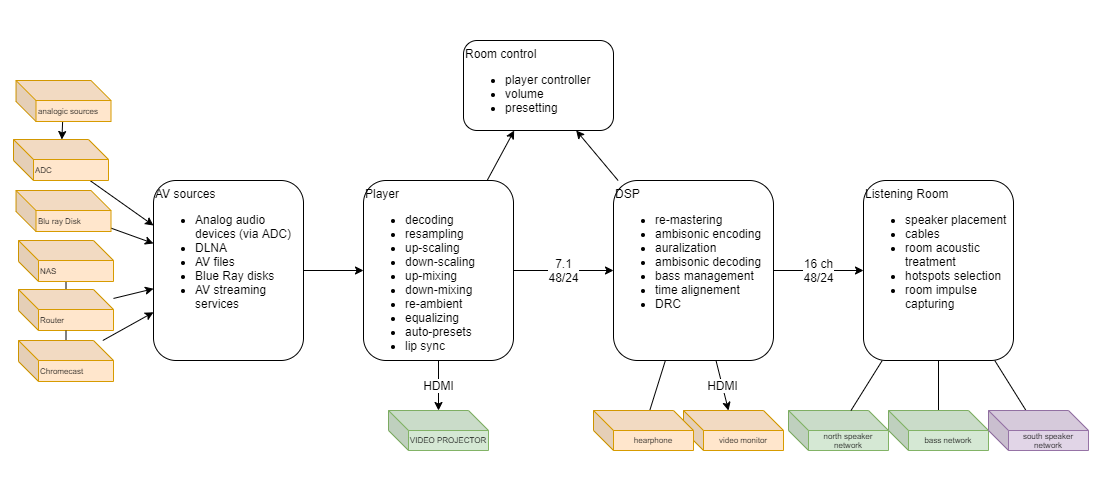
Earlier version of the draw.io export images/functional-view.png (ecow/liroma). Source tidied: cells renumbered, new cells last; positions are measured from the earlier drawing's top-left corner, leaving out a move shared by most shapes. Source of this version:
```xml
<mxGraphModel>
  <root>
    <mxCell id="0" />
    <mxCell id="1" parent="0" />
    <mxCell id="2" style="rounded=0;whiteSpace=wrap;html=1;strokeColor=none;" parent="1" vertex="1">
      <mxGeometry x="-0.5" width="1112.5" height="480" as="geometry" />
    </mxCell>
    <mxCell id="3" value="north speaker network" style="shape=cube;whiteSpace=wrap;html=1;boundedLbl=1;backgroundOutline=1;darkOpacity=0.05;darkOpacity2=0.1;fontSize=8;verticalAlign=middle;fillColor=#d5e8d4;strokeColor=#82b366;" parent="1" vertex="1">
      <mxGeometry x="787" y="410" width="100" height="40" as="geometry" />
    </mxCell>
    <mxCell id="4" value="7.1&lt;br&gt;48/24" style="edgeStyle=none;rounded=0;sketch=0;jettySize=auto;html=1;fontSize=12;startArrow=none;startFill=0;endArrow=classic;endFill=1;startSize=6;endSize=6;strokeWidth=1;" parent="1" edge="1" source="7" target="12">
      <mxGeometry relative="1" as="geometry" />
    </mxCell>
    <mxCell id="5" value="HDMI" style="edgeStyle=none;rounded=0;sketch=0;jettySize=auto;html=1;fontSize=12;startArrow=none;startFill=0;endArrow=classic;endFill=1;startSize=6;endSize=6;strokeWidth=1;" parent="1" edge="1" source="7" target="16">
      <mxGeometry relative="1" as="geometry" />
    </mxCell>
    <mxCell id="6" style="edgeStyle=none;rounded=0;sketch=0;jettySize=auto;html=1;fontSize=12;startArrow=none;startFill=0;endArrow=classic;endFill=1;startSize=6;endSize=6;strokeColor=#000000;strokeWidth=1;" parent="1" edge="1" source="7" target="13">
      <mxGeometry relative="1" as="geometry" />
    </mxCell>
    <mxCell id="7" value="Player&lt;br&gt;&lt;ul&gt;&lt;li&gt;decoding&lt;/li&gt;&lt;li&gt;resampling&lt;/li&gt;&lt;li&gt;up-scaling&lt;/li&gt;&lt;li&gt;down-scaling&lt;/li&gt;&lt;li&gt;up-mixing&lt;/li&gt;&lt;li&gt;down-mixing&lt;/li&gt;&lt;li&gt;re-ambient&lt;/li&gt;&lt;li&gt;equalizing&lt;/li&gt;&lt;li&gt;auto-presets&lt;/li&gt;&lt;li&gt;lip sync&lt;/li&gt;&lt;/ul&gt;" style="rounded=1;whiteSpace=wrap;html=1;sketch=0;fontSize=12;align=left;verticalAlign=top;" parent="1" vertex="1">
      <mxGeometry x="362" y="180" width="150" height="180" as="geometry" />
    </mxCell>
    <mxCell id="8" value="16 ch&lt;br&gt;48/24" style="edgeStyle=none;rounded=0;sketch=0;jettySize=auto;html=1;fontSize=12;startArrow=none;startFill=0;endArrow=classic;endFill=1;startSize=6;endSize=6;strokeWidth=1;" parent="1" edge="1" source="12" target="30">
      <mxGeometry relative="1" as="geometry" />
    </mxCell>
    <mxCell id="9" style="edgeStyle=none;rounded=0;sketch=0;jettySize=auto;html=1;fontSize=12;startArrow=none;startFill=0;endArrow=classic;endFill=1;startSize=6;endSize=6;strokeColor=#000000;strokeWidth=1;" parent="1" edge="1" source="12" target="13">
      <mxGeometry relative="1" as="geometry" />
    </mxCell>
    <mxCell id="10" value="HDMI" style="edgeStyle=none;rounded=0;sketch=0;jettySize=auto;html=1;fontSize=12;startArrow=none;startFill=0;endArrow=classic;endFill=1;startSize=6;endSize=6;strokeColor=#000000;strokeWidth=1;" parent="1" edge="1" source="12" target="26">
      <mxGeometry relative="1" as="geometry" />
    </mxCell>
    <mxCell id="11" style="edgeStyle=none;rounded=0;sketch=0;jettySize=auto;html=1;fontSize=8;startArrow=none;startFill=0;endArrow=none;endFill=0;startSize=6;endSize=6;strokeColor=#000000;strokeWidth=1;" parent="1" edge="1" source="12" target="33">
      <mxGeometry relative="1" as="geometry" />
    </mxCell>
    <mxCell id="12" value="DSP&lt;br&gt;&lt;ul&gt;&lt;li&gt;re-mastering&lt;/li&gt;&lt;li&gt;ambisonic encoding&lt;/li&gt;&lt;li&gt;auralization&lt;/li&gt;&lt;li&gt;ambisonic decoding&lt;/li&gt;&lt;li&gt;bass management&lt;/li&gt;&lt;li&gt;time alignement&lt;/li&gt;&lt;li&gt;DRC&lt;/li&gt;&lt;/ul&gt;" style="rounded=1;whiteSpace=wrap;html=1;sketch=0;fontSize=12;align=left;verticalAlign=top;" parent="1" vertex="1">
      <mxGeometry x="612" y="180" width="160" height="180" as="geometry" />
    </mxCell>
    <mxCell id="13" value="Room control&lt;br&gt;&lt;ul&gt;&lt;li&gt;player controller&lt;/li&gt;&lt;li&gt;volume&lt;/li&gt;&lt;li&gt;presetting&lt;/li&gt;&lt;/ul&gt;" style="rounded=1;whiteSpace=wrap;html=1;sketch=0;fontSize=12;align=left;verticalAlign=top;" parent="1" vertex="1">
      <mxGeometry x="462" y="40" width="150" height="90" as="geometry" />
    </mxCell>
    <mxCell id="14" style="edgeStyle=none;rounded=0;sketch=0;jettySize=auto;html=1;fontSize=12;startArrow=none;startFill=0;endArrow=classic;endFill=1;startSize=6;endSize=6;strokeColor=#000000;strokeWidth=1;" parent="1" edge="1" source="15" target="7">
      <mxGeometry relative="1" as="geometry" />
    </mxCell>
    <mxCell id="15" value="AV sources&lt;br&gt;&lt;ul&gt;&lt;li&gt;Analog audio&amp;nbsp; devices (via ADC)&lt;/li&gt;&lt;li&gt;DLNA&lt;/li&gt;&lt;li&gt;AV files&lt;/li&gt;&lt;li&gt;Blue Ray disks&lt;/li&gt;&lt;li&gt;AV streaming services&lt;/li&gt;&lt;/ul&gt;" style="rounded=1;whiteSpace=wrap;html=1;sketch=0;fontSize=12;align=left;verticalAlign=top;" parent="1" vertex="1">
      <mxGeometry x="152" y="180" width="150" height="180" as="geometry" />
    </mxCell>
    <mxCell id="16" value="VIDEO PROJECTOR" style="shape=cube;whiteSpace=wrap;html=1;boundedLbl=1;backgroundOutline=1;darkOpacity=0.05;darkOpacity2=0.1;fontSize=8;verticalAlign=middle;fillColor=#d5e8d4;strokeColor=#82b366;" parent="1" vertex="1">
      <mxGeometry x="387" y="410" width="100" height="40" as="geometry" />
    </mxCell>
    <mxCell id="17" style="edgeStyle=none;rounded=0;sketch=0;jettySize=auto;html=1;fontSize=12;startArrow=none;startFill=0;endArrow=classic;endFill=1;startSize=6;endSize=6;strokeColor=#000000;strokeWidth=1;" parent="1" edge="1" source="18" target="15">
      <mxGeometry relative="1" as="geometry" />
    </mxCell>
    <mxCell id="18" value="Blu ray Disk" style="shape=cube;whiteSpace=wrap;html=1;boundedLbl=1;backgroundOutline=1;darkOpacity=0.05;darkOpacity2=0.1;sketch=0;fontSize=8;align=left;verticalAlign=top;fillColor=#ffe6cc;strokeColor=#d79b00;" parent="1" vertex="1">
      <mxGeometry x="14.5" y="190" width="95" height="41" as="geometry" />
    </mxCell>
    <mxCell id="19" style="edgeStyle=none;rounded=0;sketch=0;jettySize=auto;html=1;fontSize=8;startArrow=none;startFill=0;endArrow=none;endFill=0;startSize=6;endSize=6;strokeColor=#000000;strokeWidth=1;" parent="1" edge="1" source="20" target="22">
      <mxGeometry relative="1" as="geometry" />
    </mxCell>
    <mxCell id="20" value="NAS" style="shape=cube;whiteSpace=wrap;html=1;boundedLbl=1;backgroundOutline=1;darkOpacity=0.05;darkOpacity2=0.1;sketch=0;fontSize=8;align=left;verticalAlign=top;fillColor=#ffe6cc;strokeColor=#d79b00;" parent="1" vertex="1">
      <mxGeometry x="17" y="240" width="95" height="41" as="geometry" />
    </mxCell>
    <mxCell id="21" style="edgeStyle=none;rounded=0;sketch=0;jettySize=auto;html=1;fontSize=12;startArrow=none;startFill=0;endArrow=classic;endFill=1;startSize=6;endSize=6;strokeColor=#000000;strokeWidth=1;" parent="1" edge="1" source="22" target="15">
      <mxGeometry relative="1" as="geometry" />
    </mxCell>
    <mxCell id="22" value="Router" style="shape=cube;whiteSpace=wrap;html=1;boundedLbl=1;backgroundOutline=1;darkOpacity=0.05;darkOpacity2=0.1;sketch=0;fontSize=8;align=left;verticalAlign=top;fillColor=#ffe6cc;strokeColor=#d79b00;" parent="1" vertex="1">
      <mxGeometry x="17" y="289" width="95" height="41" as="geometry" />
    </mxCell>
    <mxCell id="23" style="edgeStyle=none;rounded=0;sketch=0;jettySize=auto;html=1;fontSize=12;startArrow=none;startFill=0;endArrow=classic;endFill=1;startSize=6;endSize=6;strokeColor=#000000;strokeWidth=1;" parent="1" edge="1" source="25" target="15">
      <mxGeometry relative="1" as="geometry" />
    </mxCell>
    <mxCell id="24" style="edgeStyle=none;rounded=0;sketch=0;jettySize=auto;html=1;fontSize=8;startArrow=none;startFill=0;endArrow=none;endFill=0;startSize=6;endSize=6;strokeColor=#000000;strokeWidth=1;" parent="1" edge="1" source="25" target="22">
      <mxGeometry relative="1" as="geometry" />
    </mxCell>
    <mxCell id="25" value="Chromecast" style="shape=cube;whiteSpace=wrap;html=1;boundedLbl=1;backgroundOutline=1;darkOpacity=0.05;darkOpacity2=0.1;sketch=0;fontSize=8;align=left;verticalAlign=top;fillColor=#ffe6cc;strokeColor=#d79b00;" parent="1" vertex="1">
      <mxGeometry x="17" y="340" width="95" height="41" as="geometry" />
    </mxCell>
    <mxCell id="26" value="video monitor" style="shape=cube;whiteSpace=wrap;html=1;boundedLbl=1;backgroundOutline=1;darkOpacity=0.05;darkOpacity2=0.1;fontSize=8;verticalAlign=middle;fillColor=#ffe6cc;strokeColor=#d79b00;" parent="1" vertex="1">
      <mxGeometry x="682" y="410" width="100" height="40" as="geometry" />
    </mxCell>
    <mxCell id="27" style="edgeStyle=none;rounded=0;sketch=0;jettySize=auto;html=1;fontSize=8;startArrow=none;startFill=0;endArrow=none;endFill=0;startSize=6;endSize=6;strokeColor=#000000;strokeWidth=1;" parent="1" edge="1" source="30" target="3">
      <mxGeometry relative="1" as="geometry" />
    </mxCell>
    <mxCell id="28" style="edgeStyle=none;rounded=0;sketch=0;jettySize=auto;html=1;fontSize=8;startArrow=none;startFill=0;endArrow=none;endFill=0;startSize=6;endSize=6;strokeColor=#000000;strokeWidth=1;" parent="1" edge="1" source="30" target="31">
      <mxGeometry relative="1" as="geometry" />
    </mxCell>
    <mxCell id="29" style="edgeStyle=none;rounded=0;sketch=0;jettySize=auto;html=1;fontSize=8;startArrow=none;startFill=0;endArrow=none;endFill=0;startSize=6;endSize=6;strokeColor=#000000;strokeWidth=1;" parent="1" edge="1" source="30" target="32">
      <mxGeometry relative="1" as="geometry" />
    </mxCell>
    <mxCell id="30" value="Listening Room&lt;br&gt;&lt;ul&gt;&lt;li&gt;speaker placement&lt;/li&gt;&lt;li&gt;cables&lt;/li&gt;&lt;li&gt;&lt;span style=&quot;text-align: center&quot;&gt;room acoustic&lt;/span&gt;&lt;br style=&quot;text-align: center&quot;&gt;&lt;span style=&quot;text-align: center&quot;&gt;treatment&lt;/span&gt;&lt;br&gt;&lt;/li&gt;&lt;li&gt;hotspots selection&lt;/li&gt;&lt;li&gt;room impulse capturing&lt;/li&gt;&lt;/ul&gt;" style="rounded=1;whiteSpace=wrap;html=1;sketch=0;fontSize=12;align=left;verticalAlign=top;" parent="1" vertex="1">
      <mxGeometry x="862" y="180" width="150" height="180" as="geometry" />
    </mxCell>
    <mxCell id="31" value="bass network" style="shape=cube;whiteSpace=wrap;html=1;boundedLbl=1;backgroundOutline=1;darkOpacity=0.05;darkOpacity2=0.1;fontSize=8;verticalAlign=middle;fillColor=#d5e8d4;strokeColor=#82b366;" parent="1" vertex="1">
      <mxGeometry x="887" y="410" width="100" height="40" as="geometry" />
    </mxCell>
    <mxCell id="32" value="south speaker network" style="shape=cube;whiteSpace=wrap;html=1;boundedLbl=1;backgroundOutline=1;darkOpacity=0.05;darkOpacity2=0.1;fontSize=8;verticalAlign=middle;fillColor=#e1d5e7;strokeColor=#9673a6;" parent="1" vertex="1">
      <mxGeometry x="987" y="410" width="100" height="40" as="geometry" />
    </mxCell>
    <mxCell id="33" value="hearphone" style="shape=cube;whiteSpace=wrap;html=1;boundedLbl=1;backgroundOutline=1;darkOpacity=0.05;darkOpacity2=0.1;fontSize=8;verticalAlign=middle;fillColor=#ffe6cc;strokeColor=#d79b00;" parent="1" vertex="1">
      <mxGeometry x="592" y="410" width="100" height="40" as="geometry" />
    </mxCell>
    <mxCell id="34" style="edgeStyle=none;rounded=0;sketch=0;jettySize=auto;html=1;entryX=0;entryY=0.25;entryDx=0;entryDy=0;fontSize=8;startArrow=none;startFill=0;endArrow=classic;endFill=1;startSize=6;endSize=6;strokeColor=#000000;strokeWidth=1;" parent="1" edge="1" source="37" target="15">
      <mxGeometry relative="1" as="geometry" />
    </mxCell>
    <mxCell id="35" style="edgeStyle=none;rounded=0;sketch=0;jettySize=auto;html=1;fontSize=8;startArrow=none;startFill=0;endArrow=classic;endFill=1;startSize=6;endSize=6;strokeColor=#000000;strokeWidth=1;" parent="1" edge="1" source="36" target="37">
      <mxGeometry relative="1" as="geometry" />
    </mxCell>
    <mxCell id="36" value="analogic sources" style="shape=cube;whiteSpace=wrap;html=1;boundedLbl=1;backgroundOutline=1;darkOpacity=0.05;darkOpacity2=0.1;sketch=0;fontSize=8;align=left;verticalAlign=top;fillColor=#ffe6cc;strokeColor=#d79b00;" parent="1" vertex="1">
      <mxGeometry x="14.5" y="80" width="95" height="41" as="geometry" />
    </mxCell>
    <mxCell id="37" value="ADC" style="shape=cube;whiteSpace=wrap;html=1;boundedLbl=1;backgroundOutline=1;darkOpacity=0.05;darkOpacity2=0.1;sketch=0;fontSize=8;align=left;verticalAlign=top;fillColor=#ffe6cc;strokeColor=#d79b00;" parent="1" vertex="1">
      <mxGeometry x="12" y="139" width="95" height="41" as="geometry" />
    </mxCell>
  </root>
</mxGraphModel>
```
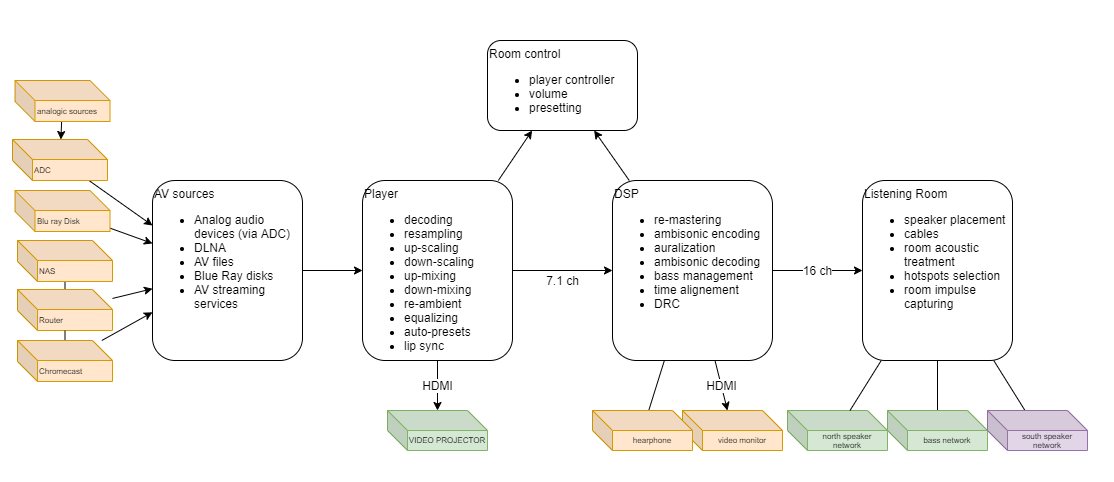
The same diagram one commit later.

Change to the diagram source:
```diff
@@ -8,8 +8,8 @@
     <mxCell id="3" value="north speaker network" style="shape=cube;whiteSpace=wrap;html=1;boundedLbl=1;backgroundOutline=1;darkOpacity=0.05;darkOpacity2=0.1;fontSize=8;verticalAlign=middle;fillColor=#d5e8d4;strokeColor=#82b366;" parent="1" vertex="1">
       <mxGeometry x="787" y="410" width="100" height="40" as="geometry" />
     </mxCell>
-    <mxCell id="4" value="7.1&lt;br&gt;48/24" style="edgeStyle=none;rounded=0;sketch=0;jettySize=auto;html=1;fontSize=12;startArrow=none;startFill=0;endArrow=classic;endFill=1;startSize=6;endSize=6;strokeWidth=1;" parent="1" edge="1" source="7" target="12">
-      <mxGeometry relative="1" as="geometry" />
+    <mxCell id="4" value="7.1 ch" style="edgeStyle=none;rounded=0;sketch=0;jettySize=auto;html=1;fontSize=12;startArrow=none;startFill=0;endArrow=classic;endFill=1;startSize=6;endSize=6;strokeWidth=1;" parent="1" edge="1" source="7" target="12">
+      <mxGeometry y="-10" relative="1" as="geometry" />
     </mxCell>
     <mxCell id="5" value="HDMI" style="edgeStyle=none;rounded=0;sketch=0;jettySize=auto;html=1;fontSize=12;startArrow=none;startFill=0;endArrow=classic;endFill=1;startSize=6;endSize=6;strokeWidth=1;" parent="1" edge="1" source="7" target="16">
       <mxGeometry relative="1" as="geometry" />
@@ -20,7 +20,7 @@
     <mxCell id="7" value="Player&lt;br&gt;&lt;ul&gt;&lt;li&gt;decoding&lt;/li&gt;&lt;li&gt;resampling&lt;/li&gt;&lt;li&gt;up-scaling&lt;/li&gt;&lt;li&gt;down-scaling&lt;/li&gt;&lt;li&gt;up-mixing&lt;/li&gt;&lt;li&gt;down-mixing&lt;/li&gt;&lt;li&gt;re-ambient&lt;/li&gt;&lt;li&gt;equalizing&lt;/li&gt;&lt;li&gt;auto-presets&lt;/li&gt;&lt;li&gt;lip sync&lt;/li&gt;&lt;/ul&gt;" style="rounded=1;whiteSpace=wrap;html=1;sketch=0;fontSize=12;align=left;verticalAlign=top;" parent="1" vertex="1">
       <mxGeometry x="362" y="180" width="150" height="180" as="geometry" />
     </mxCell>
-    <mxCell id="8" value="16 ch&lt;br&gt;48/24" style="edgeStyle=none;rounded=0;sketch=0;jettySize=auto;html=1;fontSize=12;startArrow=none;startFill=0;endArrow=classic;endFill=1;startSize=6;endSize=6;strokeWidth=1;" parent="1" edge="1" source="12" target="30">
+    <mxCell id="8" value="16 ch" style="edgeStyle=none;rounded=0;sketch=0;jettySize=auto;html=1;fontSize=12;startArrow=none;startFill=0;endArrow=classic;endFill=1;startSize=6;endSize=6;strokeWidth=1;" parent="1" edge="1" source="12" target="30">
       <mxGeometry relative="1" as="geometry" />
     </mxCell>
     <mxCell id="9" style="edgeStyle=none;rounded=0;sketch=0;jettySize=auto;html=1;fontSize=12;startArrow=none;startFill=0;endArrow=classic;endFill=1;startSize=6;endSize=6;strokeColor=#000000;strokeWidth=1;" parent="1" edge="1" source="12" target="13">
@@ -36,7 +36,7 @@
       <mxGeometry x="612" y="180" width="160" height="180" as="geometry" />
     </mxCell>
     <mxCell id="13" value="Room control&lt;br&gt;&lt;ul&gt;&lt;li&gt;player controller&lt;/li&gt;&lt;li&gt;volume&lt;/li&gt;&lt;li&gt;presetting&lt;/li&gt;&lt;/ul&gt;" style="rounded=1;whiteSpace=wrap;html=1;sketch=0;fontSize=12;align=left;verticalAlign=top;" parent="1" vertex="1">
-      <mxGeometry x="462" y="40" width="150" height="90" as="geometry" />
+      <mxGeometry x="487" y="40" width="150" height="90" as="geometry" />
     </mxCell>
     <mxCell id="14" style="edgeStyle=none;rounded=0;sketch=0;jettySize=auto;html=1;fontSize=12;startArrow=none;startFill=0;endArrow=classic;endFill=1;startSize=6;endSize=6;strokeColor=#000000;strokeWidth=1;" parent="1" edge="1" source="15" target="7">
       <mxGeometry relative="1" as="geometry" />
```
